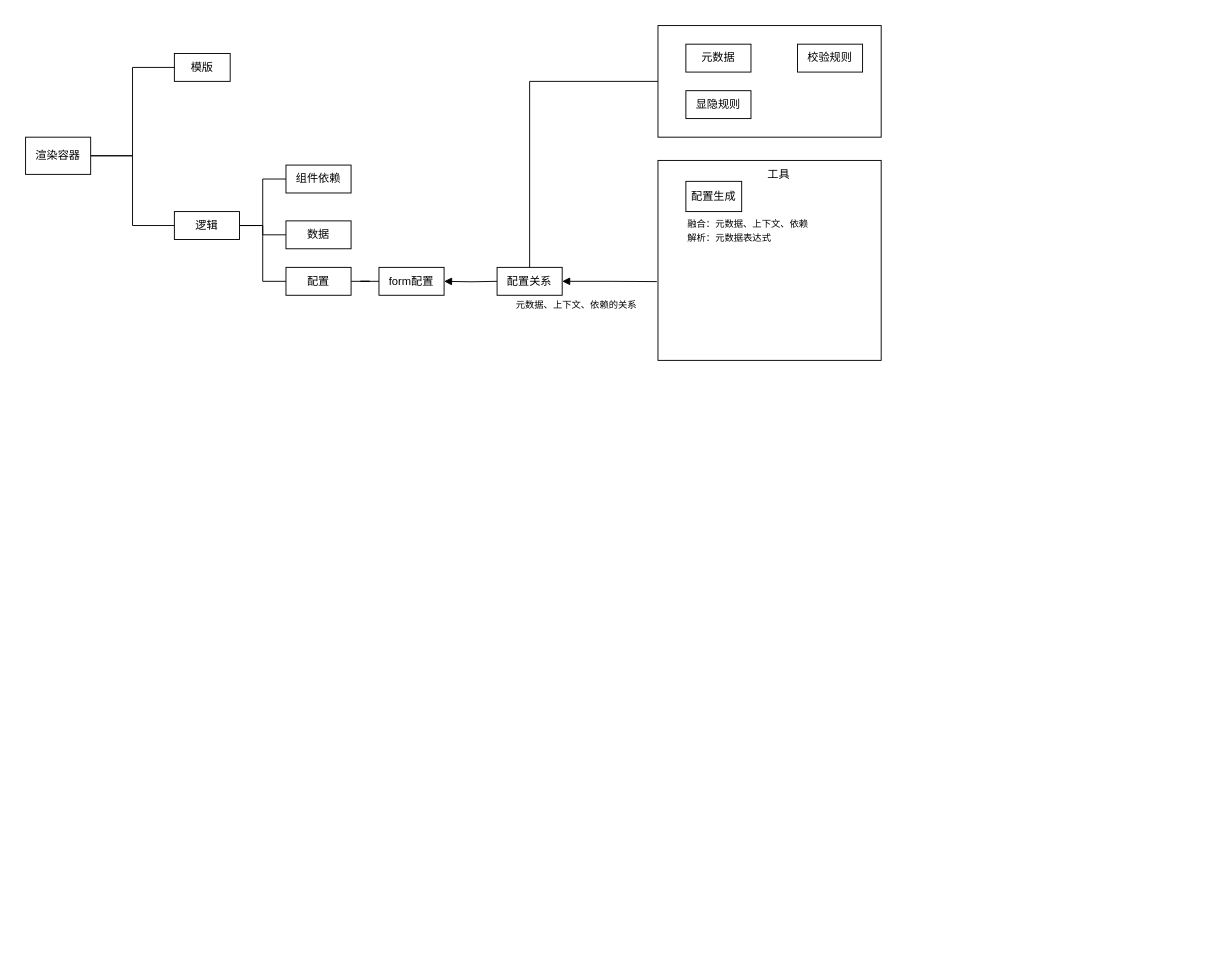
The draw.io diagram [framework]rebuildByMetadata.drawio in brambledn/manyDiagrams, before the edit. Source tidied: cells renumbered, new cells numbered last; positions are measured from the earlier drawing's top-left corner, leaving out a move shared by most shapes. Both pictures are drawn from the tidied source at 93%, with x=0, y=0 at pixel (25, 25).
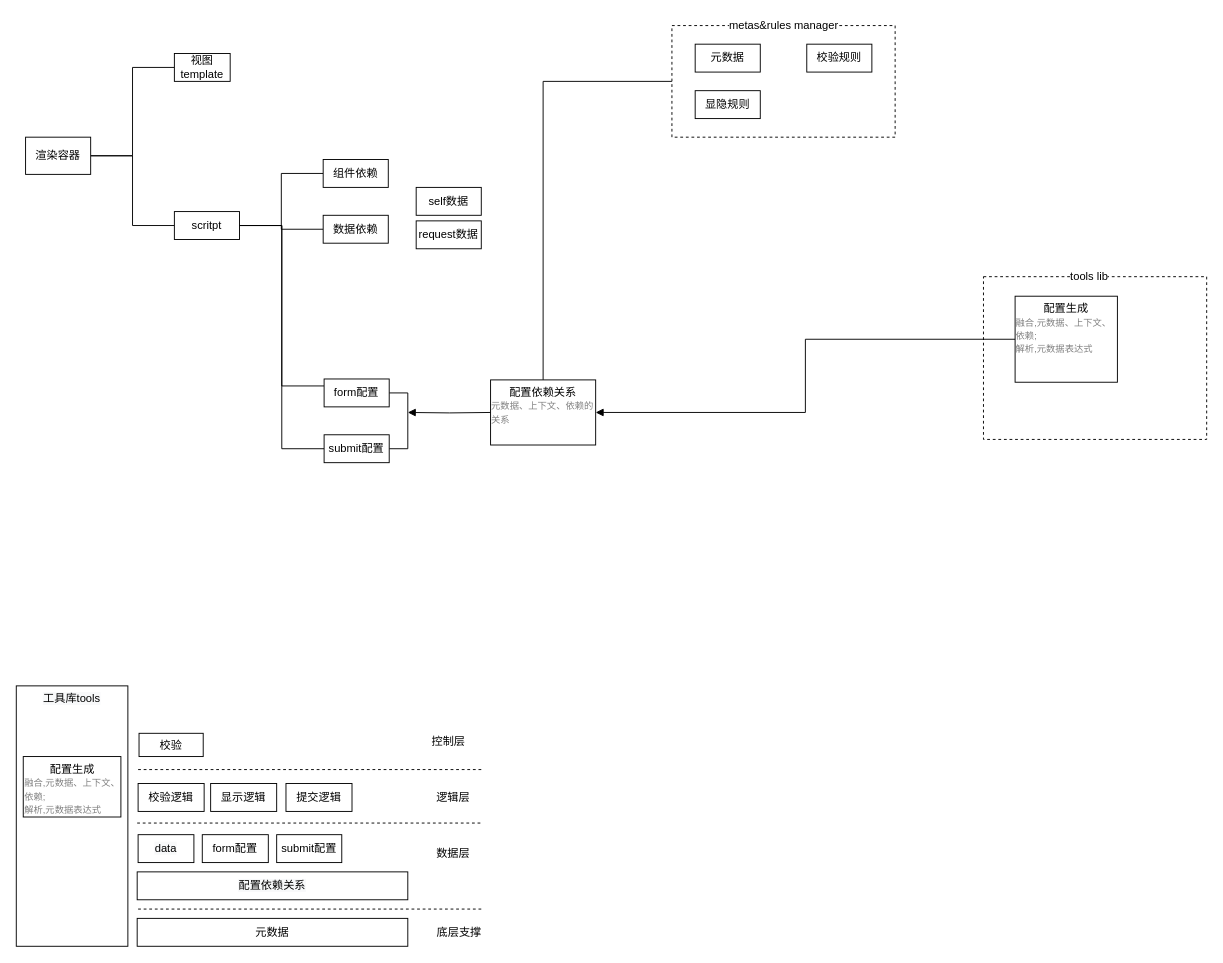
After the change.

What changed in the source:
```diff
@@
+    <mxCell id="28" style="group;" parent="1" vertex="1">
+      <mxGeometry x="1030" y="260" width="240" height="185" as="geometry" />
+    </mxCell>
-    <mxCell id="2" style="rounded=0;whiteSpace=wrap;html=1;" parent="1" vertex="1">
-      <mxGeometry x="680" y="145" width="240" height="215" as="geometry" />
+    <mxCell id="2" style="rounded=0;whiteSpace=wrap;html=1;dashed=1;" parent="28" vertex="1">
+      <mxGeometry y="10" width="240" height="175" as="geometry" />
     </mxCell>
+    <mxCell id="25" value="tools lib" style="text;html=1;strokeColor=none;fillColor=none;align=center;verticalAlign=middle;whiteSpace=wrap;rounded=0;labelBackgroundColor=#FFFFFF;" parent="28" vertex="1">
+      <mxGeometry x="88" width="52" height="20" as="geometry" />
+    </mxCell>
+    <mxCell id="19" value="配置生成&lt;br&gt;&lt;div style=&quot;text-align: left&quot;&gt;&lt;span style=&quot;font-size: 10px&quot;&gt;&lt;font color=&quot;#808080&quot;&gt;融合,元数据、上下文、依赖;&lt;/font&gt;&lt;/span&gt;&lt;/div&gt;&lt;div style=&quot;text-align: left&quot;&gt;&lt;span style=&quot;font-size: 10px&quot;&gt;&lt;font color=&quot;#808080&quot;&gt;解析,元数据表达式&lt;/font&gt;&lt;/span&gt;&lt;/div&gt;" style="whiteSpace=wrap;html=1;rounded=0;align=center;verticalAlign=top;" parent="28" vertex="1">
+      <mxGeometry x="34" y="31" width="110" height="92.5" as="geometry" />
+    </mxCell>
@@
-    <mxCell id="4" style="rounded=0;whiteSpace=wrap;html=1;" parent="1" vertex="1">
-      <mxGeometry x="680" width="240" height="120" as="geometry" />
+    <mxCell id="4" style="rounded=0;whiteSpace=wrap;html=1;dashed=1;" parent="1" vertex="1">
+      <mxGeometry x="695" width="240" height="120" as="geometry" />
     </mxCell>
@@
-    <mxCell id="8" value="模版" style="rounded=0;whiteSpace=wrap;html=1;" parent="1" vertex="1">
+    <mxCell id="8" value="视图template" style="rounded=0;whiteSpace=wrap;html=1;" parent="1" vertex="1">
       <mxGeometry x="160" y="30" width="60" height="30" as="geometry" />
     </mxCell>
@@
-    <mxCell id="10" style="edgeStyle=orthogonalEdgeStyle;rounded=0;sketch=0;jettySize=auto;html=1;entryX=0;entryY=0.5;entryDx=0;entryDy=0;endArrow=none;endFill=0;" parent="1" edge="1" source="12" target="17">
+    <mxCell id="10" style="edgeStyle=orthogonalEdgeStyle;rounded=0;sketch=0;jettySize=auto;html=1;entryX=0;entryY=0.25;entryDx=0;entryDy=0;endArrow=none;endFill=0;" parent="1" edge="1" source="12" target="26">
       <mxGeometry relative="1" as="geometry" />
     </mxCell>
-    <mxCell id="11" style="edgeStyle=orthogonalEdgeStyle;rounded=0;sketch=0;jettySize=auto;html=1;entryX=0;entryY=0.5;entryDx=0;entryDy=0;endArrow=none;endFill=0;" parent="1" edge="1" source="12" target="15">
-      <mxGeometry relative="1" as="geometry" />
-    </mxCell>
+    <mxCell id="29" style="edgeStyle=orthogonalEdgeStyle;rounded=0;jettySize=auto;html=1;entryX=0;entryY=0.5;entryDx=0;entryDy=0;endArrow=none;endFill=0;" parent="1" edge="1" source="12" target="17">
+      <mxGeometry relative="1" as="geometry" />
+    </mxCell>
+    <mxCell id="30" style="edgeStyle=orthogonalEdgeStyle;rounded=0;jettySize=auto;html=1;entryX=0;entryY=0.5;entryDx=0;entryDy=0;endArrow=none;endFill=0;" parent="1" edge="1" source="12" target="33">
+      <mxGeometry relative="1" as="geometry" />
+    </mxCell>
-    <mxCell id="12" value="逻辑" style="rounded=0;whiteSpace=wrap;html=1;" parent="1" vertex="1">
+    <mxCell id="12" value="scritpt" style="rounded=0;whiteSpace=wrap;html=1;" parent="1" vertex="1">
       <mxGeometry x="160" y="200" width="70" height="30" as="geometry" />
     </mxCell>
     <mxCell id="13" style="edgeStyle=orthogonalEdgeStyle;rounded=0;sketch=0;jettySize=auto;html=1;endArrow=none;endFill=0;entryX=0;entryY=0.5;entryDx=0;entryDy=0;startArrow=block;startFill=1;" parent="1" edge="1" target="18">
       <mxGeometry relative="1" as="geometry">
-        <mxPoint x="450" y="275" as="sourcePoint" />
+        <mxPoint x="411" y="416" as="sourcePoint" />
       </mxGeometry>
     </mxCell>
-    <mxCell id="14" style="edgeStyle=orthogonalEdgeStyle;rounded=0;sketch=0;jettySize=auto;html=1;startArrow=none;startFill=0;endArrow=none;endFill=0;" parent="1" edge="1" source="15" target="26">
-      <mxGeometry relative="1" as="geometry" />
-    </mxCell>
-    <mxCell id="15" value="配置" style="rounded=0;whiteSpace=wrap;html=1;" parent="1" vertex="1">
-      <mxGeometry x="280" y="260" width="70" height="30" as="geometry" />
-    </mxCell>
     <mxCell id="16" value="组件依赖" style="rounded=0;whiteSpace=wrap;html=1;" parent="1" vertex="1">
-      <mxGeometry x="280" y="150" width="70" height="30" as="geometry" />
+      <mxGeometry x="320" y="144" width="70" height="30" as="geometry" />
     </mxCell>
-    <mxCell id="17" value="数据" style="rounded=0;whiteSpace=wrap;html=1;" parent="1" vertex="1">
-      <mxGeometry x="280" y="210" width="70" height="30" as="geometry" />
+    <mxCell id="17" value="数据依赖" style="rounded=0;whiteSpace=wrap;html=1;" parent="1" vertex="1">
+      <mxGeometry x="320" y="204" width="70" height="30" as="geometry" />
     </mxCell>
-    <mxCell id="18" value="配置关系" style="rounded=0;whiteSpace=wrap;html=1;" parent="1" vertex="1">
-      <mxGeometry x="507" y="260" width="70" height="30" as="geometry" />
+    <mxCell id="18" value="配置依赖关系&lt;br&gt;&lt;div style=&quot;text-align: left&quot;&gt;&lt;span style=&quot;font-size: 10px&quot;&gt;&lt;font color=&quot;#808080&quot;&gt;元数据、上下文、依赖的关系&lt;/font&gt;&lt;/span&gt;&lt;/div&gt;" style="rounded=0;whiteSpace=wrap;html=1;align=center;verticalAlign=top;" parent="1" vertex="1">
+      <mxGeometry x="500" y="381" width="113" height="70" as="geometry" />
     </mxCell>
-    <mxCell id="19" value="配置生成" style="whiteSpace=wrap;html=1;rounded=0;" parent="1" vertex="1">
-      <mxGeometry x="710" y="167.5" width="60" height="32.5" as="geometry" />
-    </mxCell>
-    <mxCell id="20" value="&lt;font style=&quot;font-size: 10px&quot;&gt;元数据、上下文、依赖的关系&lt;/font&gt;" style="text;html=1;align=center;verticalAlign=middle;" parent="1" vertex="1">
-      <mxGeometry x="507" y="290" width="170" height="20" as="geometry" />
-    </mxCell>
     <mxCell id="21" value="元数据" style="rounded=0;whiteSpace=wrap;html=1;" parent="1" vertex="1">
-      <mxGeometry x="710" y="20" width="70" height="30" as="geometry" />
+      <mxGeometry x="720" y="20" width="70" height="30" as="geometry" />
     </mxCell>
     <mxCell id="22" value="校验规则" style="rounded=0;whiteSpace=wrap;html=1;" parent="1" vertex="1">
-      <mxGeometry x="830" y="20" width="70" height="30" as="geometry" />
+      <mxGeometry x="840" y="20" width="70" height="30" as="geometry" />
     </mxCell>
     <mxCell id="23" value="显隐规则" style="rounded=0;whiteSpace=wrap;html=1;" parent="1" vertex="1">
-      <mxGeometry x="710" y="70" width="70" height="30" as="geometry" />
+      <mxGeometry x="720" y="70" width="70" height="30" as="geometry" />
     </mxCell>
-    <mxCell id="24" style="edgeStyle=orthogonalEdgeStyle;rounded=0;sketch=0;jettySize=auto;html=1;endArrow=none;endFill=0;startArrow=block;startFill=1;entryX=-0.005;entryY=0.606;entryDx=0;entryDy=0;entryPerimeter=0;" parent="1" edge="1" source="18" target="2">
+    <mxCell id="24" style="edgeStyle=orthogonalEdgeStyle;rounded=0;sketch=0;jettySize=auto;html=1;endArrow=none;endFill=0;startArrow=block;startFill=1;" parent="1" edge="1" source="18" target="19">
       <mxGeometry relative="1" as="geometry" />
     </mxCell>
-    <mxCell id="25" value="工具" style="text;html=1;strokeColor=none;fillColor=none;align=center;verticalAlign=middle;whiteSpace=wrap;rounded=0;" parent="1" vertex="1">
-      <mxGeometry x="790" y="150" width="40" height="20" as="geometry" />
-    </mxCell>
+    <mxCell id="31" style="edgeStyle=orthogonalEdgeStyle;rounded=0;jettySize=auto;html=1;entryX=1;entryY=0.5;entryDx=0;entryDy=0;endArrow=none;endFill=0;" parent="1" edge="1" source="26" target="33">
+      <mxGeometry relative="1" as="geometry">
+        <Array as="points">
+          <mxPoint x="411" y="395" />
+          <mxPoint x="411" y="455" />
+        </Array>
+      </mxGeometry>
+    </mxCell>
     <mxCell id="26" value="form配置" style="rounded=0;whiteSpace=wrap;html=1;" parent="1" vertex="1">
-      <mxGeometry x="380" y="260" width="70" height="30" as="geometry" />
+      <mxGeometry x="321" y="380" width="70" height="30" as="geometry" />
     </mxCell>
-    <mxCell id="27" value="&lt;font style=&quot;font-size: 10px&quot;&gt;融合：元数据、上下文、依赖&lt;br&gt;解析：元数据表达式&lt;br&gt;&lt;/font&gt;" style="text;html=1;align=left;verticalAlign=middle;" parent="1" vertex="1">
-      <mxGeometry x="710" y="205" width="170" height="30" as="geometry" />
+    <mxCell id="27" value="&lt;font style=&quot;font-size: 10px&quot;&gt;&lt;br&gt;&lt;/font&gt;" style="text;html=1;align=left;verticalAlign=middle;" parent="1" vertex="1">
+      <mxGeometry x="1060" y="296" width="20" height="20" as="geometry" />
     </mxCell>
+    <mxCell id="32" value="metas&amp;amp;rules manager" style="text;html=1;align=center;verticalAlign=middle;labelBackgroundColor=#FFFFFF;" parent="1" vertex="1">
+      <mxGeometry x="750" y="-10" width="130" height="20" as="geometry" />
+    </mxCell>
+    <mxCell id="33" value="submit配置" style="rounded=0;whiteSpace=wrap;html=1;" parent="1" vertex="1">
+      <mxGeometry x="321" y="440" width="70" height="30" as="geometry" />
+    </mxCell>
+    <mxCell id="34" value="校验" style="rounded=0;whiteSpace=wrap;html=1;labelBackgroundColor=#FFFFFF;align=center;" parent="1" vertex="1">
+      <mxGeometry x="122" y="761" width="69" height="25" as="geometry" />
+    </mxCell>
+    <mxCell id="35" value="&lt;span style=&quot;background-color: rgb(248 , 249 , 250)&quot;&gt;data&lt;/span&gt;" style="rounded=0;whiteSpace=wrap;html=1;labelBackgroundColor=#FFFFFF;align=center;" parent="1" vertex="1">
+      <mxGeometry x="121" y="870" width="60" height="30" as="geometry" />
+    </mxCell>
+    <mxCell id="36" value="form配置" style="rounded=0;whiteSpace=wrap;html=1;" parent="1" vertex="1">
+      <mxGeometry x="190" y="870" width="71" height="30" as="geometry" />
+    </mxCell>
+    <mxCell id="37" value="submit配置" style="rounded=0;whiteSpace=wrap;html=1;" parent="1" vertex="1">
+      <mxGeometry x="270" y="870" width="70" height="30" as="geometry" />
+    </mxCell>
+    <mxCell id="38" value="&lt;span style=&quot;background-color: rgb(248 , 249 , 250)&quot;&gt;配置依赖关系&lt;/span&gt;" style="rounded=0;whiteSpace=wrap;html=1;labelBackgroundColor=#FFFFFF;align=center;" parent="1" vertex="1">
+      <mxGeometry x="120" y="910" width="291" height="30" as="geometry" />
+    </mxCell>
+    <mxCell id="39" value="元数据" style="rounded=0;whiteSpace=wrap;html=1;labelBackgroundColor=#FFFFFF;align=center;" parent="1" vertex="1">
+      <mxGeometry x="120" y="960" width="291" height="30" as="geometry" />
+    </mxCell>
+    <mxCell id="40" value="&lt;span style=&quot;background-color: rgb(248 , 249 , 250)&quot;&gt;工具库tools&lt;/span&gt;" style="rounded=0;whiteSpace=wrap;html=1;labelBackgroundColor=#FFFFFF;align=center;verticalAlign=top;" parent="1" vertex="1">
+      <mxGeometry x="-10" y="710" width="120" height="280" as="geometry" />
+    </mxCell>
+    <mxCell id="41" value="self数据" style="rounded=0;whiteSpace=wrap;html=1;" parent="1" vertex="1">
+      <mxGeometry x="420" y="174" width="70" height="30" as="geometry" />
+    </mxCell>
+    <mxCell id="42" value="request数据" style="rounded=0;whiteSpace=wrap;html=1;" parent="1" vertex="1">
+      <mxGeometry x="420" y="210" width="70" height="30" as="geometry" />
+    </mxCell>
+    <mxCell id="43" value="控制层" style="text;html=1;strokeColor=none;fillColor=none;align=center;verticalAlign=middle;whiteSpace=wrap;rounded=0;dashed=1;labelBackgroundColor=#FFFFFF;" parent="1" vertex="1">
+      <mxGeometry x="435" y="760" width="40" height="20" as="geometry" />
+    </mxCell>
+    <mxCell id="44" value="逻辑层" style="text;html=1;strokeColor=none;fillColor=none;align=center;verticalAlign=middle;whiteSpace=wrap;rounded=0;dashed=1;labelBackgroundColor=#FFFFFF;" parent="1" vertex="1">
+      <mxGeometry x="440" y="820" width="40" height="20" as="geometry" />
+    </mxCell>
+    <mxCell id="45" value="底层支撑" style="text;html=1;strokeColor=none;fillColor=none;align=center;verticalAlign=middle;whiteSpace=wrap;rounded=0;dashed=1;labelBackgroundColor=#FFFFFF;" parent="1" vertex="1">
+      <mxGeometry x="433" y="965" width="67" height="20" as="geometry" />
+    </mxCell>
+    <mxCell id="46" value="配置生成&lt;br&gt;&lt;div style=&quot;text-align: left&quot;&gt;&lt;span style=&quot;font-size: 10px&quot;&gt;&lt;font color=&quot;#808080&quot;&gt;融合,元数据、上下文、依赖;&lt;/font&gt;&lt;/span&gt;&lt;/div&gt;&lt;div style=&quot;text-align: left&quot;&gt;&lt;span style=&quot;font-size: 10px&quot;&gt;&lt;font color=&quot;#808080&quot;&gt;解析,元数据表达式&lt;/font&gt;&lt;/span&gt;&lt;/div&gt;" style="whiteSpace=wrap;html=1;rounded=0;align=center;verticalAlign=top;" parent="1" vertex="1">
+      <mxGeometry x="-2.5" y="786" width="105" height="65" as="geometry" />
+    </mxCell>
+    <mxCell id="47" value="数据层" style="text;html=1;strokeColor=none;fillColor=none;align=center;verticalAlign=middle;whiteSpace=wrap;rounded=0;dashed=1;labelBackgroundColor=#FFFFFF;" parent="1" vertex="1">
+      <mxGeometry x="440" y="880" width="40" height="20" as="geometry" />
+    </mxCell>
+    <mxCell id="48" value="校验逻辑" style="rounded=0;whiteSpace=wrap;html=1;" parent="1" vertex="1">
+      <mxGeometry x="121" y="815" width="71" height="30" as="geometry" />
+    </mxCell>
+    <mxCell id="49" value="显示逻辑" style="rounded=0;whiteSpace=wrap;html=1;" parent="1" vertex="1">
+      <mxGeometry x="199" y="815" width="71" height="30" as="geometry" />
+    </mxCell>
+    <mxCell id="50" value="提交逻辑" style="rounded=0;whiteSpace=wrap;html=1;" parent="1" vertex="1">
+      <mxGeometry x="280" y="815" width="71" height="30" as="geometry" />
+    </mxCell>
+    <mxCell id="51" style="endArrow=none;html=1;dashed=1;" parent="1" edge="1">
+      <mxGeometry relative="1" as="geometry">
+        <mxPoint x="121" y="950" as="sourcePoint" />
+        <mxPoint x="491" y="950" as="targetPoint" />
+      </mxGeometry>
+    </mxCell>
+    <mxCell id="52" style="endArrow=none;html=1;dashed=1;" parent="1" edge="1">
+      <mxGeometry relative="1" as="geometry">
+        <mxPoint x="121" y="800" as="sourcePoint" />
+        <mxPoint x="491" y="800" as="targetPoint" />
+      </mxGeometry>
+    </mxCell>
+    <mxCell id="53" style="endArrow=none;html=1;dashed=1;" parent="1" edge="1">
+      <mxGeometry relative="1" as="geometry">
+        <mxPoint x="120" y="857.5" as="sourcePoint" />
+        <mxPoint x="490" y="857.5" as="targetPoint" />
+      </mxGeometry>
+    </mxCell>
```
